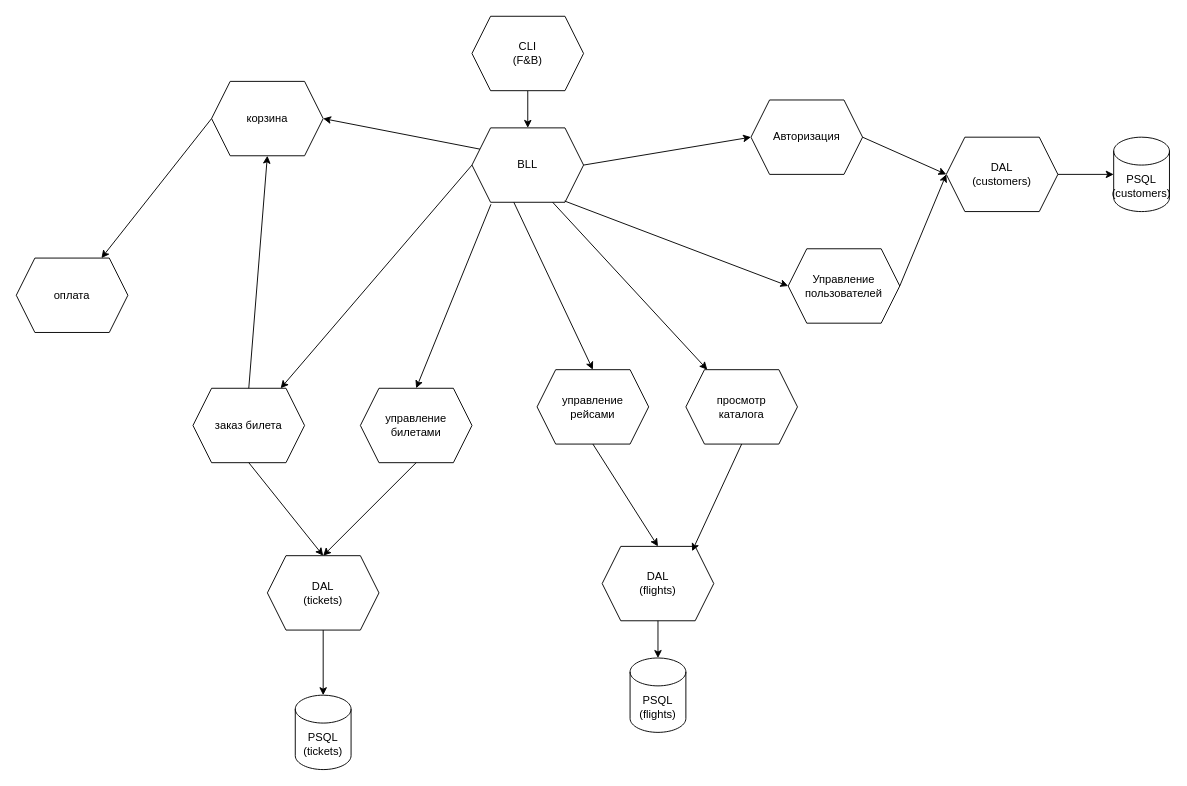
Before: Architecture.drawio in chas3air/Airplanes-Co, a draw.io diagram. Source tidied: cells renumbered, new cells numbered last; positions are measured from the earlier drawing's top-left corner, leaving out a move shared by most shapes. Both pictures are drawn from the tidied source at 93%, with x=0, y=0 at pixel (16, 16).
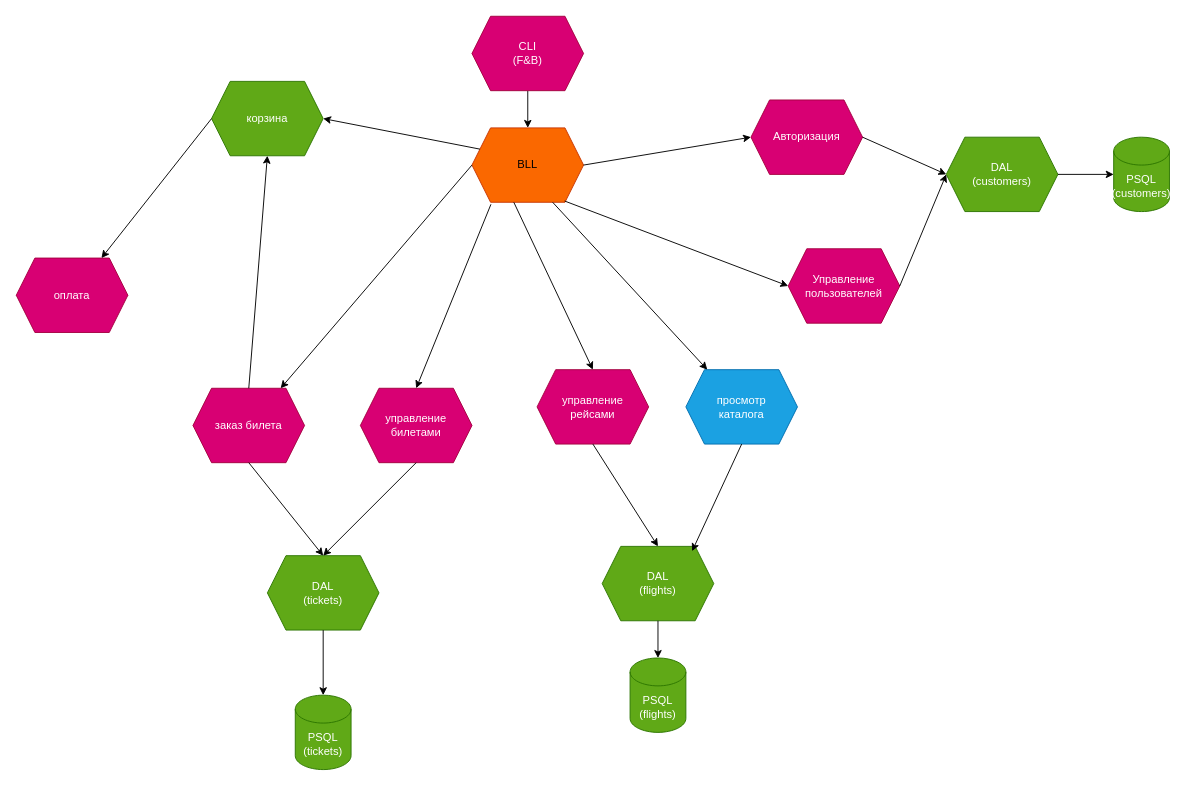
After the change.

What changed in the source:
```diff
@@
-    <mxCell id="3" value="CLI&lt;div&gt;(F&amp;amp;B)&lt;/div&gt;" style="shape=hexagon;perimeter=hexagonPerimeter2;whiteSpace=wrap;html=1;fixedSize=1;" parent="1" vertex="1">
+    <mxCell id="3" value="CLI&lt;div&gt;(F&amp;amp;B)&lt;/div&gt;" style="shape=hexagon;perimeter=hexagonPerimeter2;whiteSpace=wrap;html=1;fixedSize=1;fillColor=#d80073;fontColor=#ffffff;strokeColor=#A50040;" parent="1" vertex="1">
       <mxGeometry x="490" width="120" height="80" as="geometry" />
     </mxCell>
-    <mxCell id="4" value="BLL" style="shape=hexagon;perimeter=hexagonPerimeter2;whiteSpace=wrap;html=1;fixedSize=1;" parent="1" vertex="1">
+    <mxCell id="4" value="BLL" style="shape=hexagon;perimeter=hexagonPerimeter2;whiteSpace=wrap;html=1;fixedSize=1;fillColor=#fa6800;fontColor=#000000;strokeColor=#C73500;" parent="1" vertex="1">
       <mxGeometry x="490" y="120" width="120" height="80" as="geometry" />
     </mxCell>
-    <mxCell id="5" value="Авторизация" style="shape=hexagon;perimeter=hexagonPerimeter2;whiteSpace=wrap;html=1;fixedSize=1;" parent="1" vertex="1">
+    <mxCell id="5" value="Авторизация" style="shape=hexagon;perimeter=hexagonPerimeter2;whiteSpace=wrap;html=1;fixedSize=1;fillColor=#d80073;fontColor=#ffffff;strokeColor=#A50040;" parent="1" vertex="1">
       <mxGeometry x="790" y="90" width="120" height="80" as="geometry" />
     </mxCell>
-    <mxCell id="6" value="DAL&lt;div&gt;(customers)&lt;/div&gt;" style="shape=hexagon;perimeter=hexagonPerimeter2;whiteSpace=wrap;html=1;fixedSize=1;" parent="1" vertex="1">
+    <mxCell id="6" value="DAL&lt;div&gt;(customers)&lt;/div&gt;" style="shape=hexagon;perimeter=hexagonPerimeter2;whiteSpace=wrap;html=1;fixedSize=1;fillColor=#60a917;fontColor=#ffffff;strokeColor=#2D7600;" parent="1" vertex="1">
       <mxGeometry x="1000" y="130" width="120" height="80" as="geometry" />
     </mxCell>
-    <mxCell id="7" value="PSQL&lt;div&gt;(customers)&lt;/div&gt;" style="shape=cylinder3;whiteSpace=wrap;html=1;boundedLbl=1;backgroundOutline=1;size=15;" parent="1" vertex="1">
+    <mxCell id="7" value="PSQL&lt;div&gt;(customers)&lt;/div&gt;" style="shape=cylinder3;whiteSpace=wrap;html=1;boundedLbl=1;backgroundOutline=1;size=15;fillColor=#60a917;fontColor=#ffffff;strokeColor=#2D7600;" parent="1" vertex="1">
       <mxGeometry x="1180" y="130" width="60" height="80" as="geometry" />
     </mxCell>
@@
-    <mxCell id="11" value="оплата" style="shape=hexagon;perimeter=hexagonPerimeter2;whiteSpace=wrap;html=1;fixedSize=1;" parent="1" vertex="1">
+    <mxCell id="11" value="оплата" style="shape=hexagon;perimeter=hexagonPerimeter2;whiteSpace=wrap;html=1;fixedSize=1;fillColor=#d80073;fontColor=#ffffff;strokeColor=#A50040;" parent="1" vertex="1">
       <mxGeometry y="260" width="120" height="80" as="geometry" />
     </mxCell>
-    <mxCell id="12" value="заказ билета" style="shape=hexagon;perimeter=hexagonPerimeter2;whiteSpace=wrap;html=1;fixedSize=1;" parent="1" vertex="1">
+    <mxCell id="12" value="заказ билета" style="shape=hexagon;perimeter=hexagonPerimeter2;whiteSpace=wrap;html=1;fixedSize=1;fillColor=#d80073;fontColor=#ffffff;strokeColor=#A50040;" parent="1" vertex="1">
       <mxGeometry x="190" y="400" width="120" height="80" as="geometry" />
     </mxCell>
-    <mxCell id="13" value="корзина" style="shape=hexagon;perimeter=hexagonPerimeter2;whiteSpace=wrap;html=1;fixedSize=1;" parent="1" vertex="1">
+    <mxCell id="13" value="корзина" style="shape=hexagon;perimeter=hexagonPerimeter2;whiteSpace=wrap;html=1;fixedSize=1;fillColor=#60a917;fontColor=#ffffff;strokeColor=#2D7600;" parent="1" vertex="1">
       <mxGeometry x="210" y="70" width="120" height="80" as="geometry" />
     </mxCell>
-    <mxCell id="14" value="просмотр&lt;div&gt;каталога&lt;/div&gt;" style="shape=hexagon;perimeter=hexagonPerimeter2;whiteSpace=wrap;html=1;fixedSize=1;" parent="1" vertex="1">
+    <mxCell id="14" value="просмотр&lt;div&gt;каталога&lt;/div&gt;" style="shape=hexagon;perimeter=hexagonPerimeter2;whiteSpace=wrap;html=1;fixedSize=1;fillColor=#1ba1e2;fontColor=#ffffff;strokeColor=#006EAF;" parent="1" vertex="1">
       <mxGeometry x="720" y="380" width="120" height="80" as="geometry" />
     </mxCell>
-    <mxCell id="15" value="Управление&lt;div&gt;пользователей&lt;/div&gt;" style="shape=hexagon;perimeter=hexagonPerimeter2;whiteSpace=wrap;html=1;fixedSize=1;" parent="1" vertex="1">
+    <mxCell id="15" value="Управление&lt;div&gt;пользователей&lt;/div&gt;" style="shape=hexagon;perimeter=hexagonPerimeter2;whiteSpace=wrap;html=1;fixedSize=1;fillColor=#d80073;fontColor=#ffffff;strokeColor=#A50040;" parent="1" vertex="1">
       <mxGeometry x="830" y="250" width="120" height="80" as="geometry" />
     </mxCell>
-    <mxCell id="16" value="управление&lt;div&gt;рейсами&lt;/div&gt;" style="shape=hexagon;perimeter=hexagonPerimeter2;whiteSpace=wrap;html=1;fixedSize=1;" parent="1" vertex="1">
+    <mxCell id="16" value="управление&lt;div&gt;рейсами&lt;/div&gt;" style="shape=hexagon;perimeter=hexagonPerimeter2;whiteSpace=wrap;html=1;fixedSize=1;fillColor=#d80073;fontColor=#ffffff;strokeColor=#A50040;" parent="1" vertex="1">
       <mxGeometry x="560" y="380" width="120" height="80" as="geometry" />
     </mxCell>
-    <mxCell id="17" value="управление&lt;div&gt;билетами&lt;/div&gt;" style="shape=hexagon;perimeter=hexagonPerimeter2;whiteSpace=wrap;html=1;fixedSize=1;" parent="1" vertex="1">
+    <mxCell id="17" value="управление&lt;div&gt;билетами&lt;/div&gt;" style="shape=hexagon;perimeter=hexagonPerimeter2;whiteSpace=wrap;html=1;fixedSize=1;fillColor=#d80073;fontColor=#ffffff;strokeColor=#A50040;" parent="1" vertex="1">
       <mxGeometry x="370" y="400" width="120" height="80" as="geometry" />
     </mxCell>
@@
-    <mxCell id="24" value="DAL&lt;div&gt;(flights&lt;span style=&quot;background-color: initial;&quot;&gt;)&lt;/span&gt;&lt;/div&gt;" style="shape=hexagon;perimeter=hexagonPerimeter2;whiteSpace=wrap;html=1;fixedSize=1;" parent="1" vertex="1">
+    <mxCell id="24" value="DAL&lt;div&gt;(flights&lt;span style=&quot;background-color: initial;&quot;&gt;)&lt;/span&gt;&lt;/div&gt;" style="shape=hexagon;perimeter=hexagonPerimeter2;whiteSpace=wrap;html=1;fixedSize=1;fillColor=#60a917;fontColor=#ffffff;strokeColor=#2D7600;" parent="1" vertex="1">
       <mxGeometry x="630" y="570" width="120" height="80" as="geometry" />
     </mxCell>
-    <mxCell id="25" value="PSQL&lt;div&gt;(flights)&lt;/div&gt;" style="shape=cylinder3;whiteSpace=wrap;html=1;boundedLbl=1;backgroundOutline=1;size=15;" parent="1" vertex="1">
+    <mxCell id="25" value="PSQL&lt;div&gt;(flights)&lt;/div&gt;" style="shape=cylinder3;whiteSpace=wrap;html=1;boundedLbl=1;backgroundOutline=1;size=15;fillColor=#60a917;fontColor=#ffffff;strokeColor=#2D7600;" parent="1" vertex="1">
       <mxGeometry x="660" y="690" width="60" height="80" as="geometry" />
     </mxCell>
@@
-    <mxCell id="27" value="DAL&lt;div&gt;(tickets&lt;span style=&quot;background-color: initial;&quot;&gt;)&lt;/span&gt;&lt;/div&gt;" style="shape=hexagon;perimeter=hexagonPerimeter2;whiteSpace=wrap;html=1;fixedSize=1;" parent="1" vertex="1">
+    <mxCell id="27" value="DAL&lt;div&gt;(tickets&lt;span style=&quot;background-color: initial;&quot;&gt;)&lt;/span&gt;&lt;/div&gt;" style="shape=hexagon;perimeter=hexagonPerimeter2;whiteSpace=wrap;html=1;fixedSize=1;fillColor=#60a917;fontColor=#ffffff;strokeColor=#2D7600;" parent="1" vertex="1">
       <mxGeometry x="270" y="580" width="120" height="80" as="geometry" />
     </mxCell>
-    <mxCell id="28" value="PSQL&lt;div&gt;(tickets)&lt;/div&gt;" style="shape=cylinder3;whiteSpace=wrap;html=1;boundedLbl=1;backgroundOutline=1;size=15;" parent="1" vertex="1">
+    <mxCell id="28" value="PSQL&lt;div&gt;(tickets)&lt;/div&gt;" style="shape=cylinder3;whiteSpace=wrap;html=1;boundedLbl=1;backgroundOutline=1;size=15;fillColor=#60a917;fontColor=#ffffff;strokeColor=#2D7600;" parent="1" vertex="1">
       <mxGeometry x="300" y="730" width="60" height="80" as="geometry" />
     </mxCell>
```
